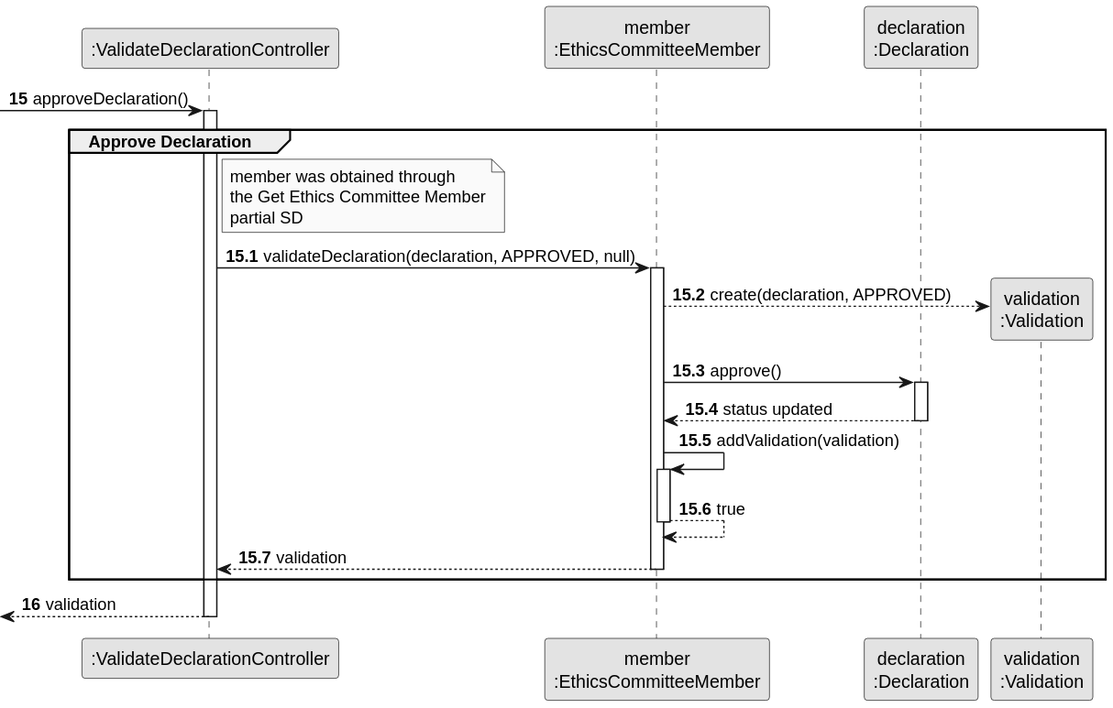
This is docs/system-documentation/US08/03.design/svg/US08-SD-partial-approve-declaration.svg from Departamento-de-Engenharia-Informatica/sem2-pi-25-26-g096-repo, a PlantUML export, as it was before one commit.
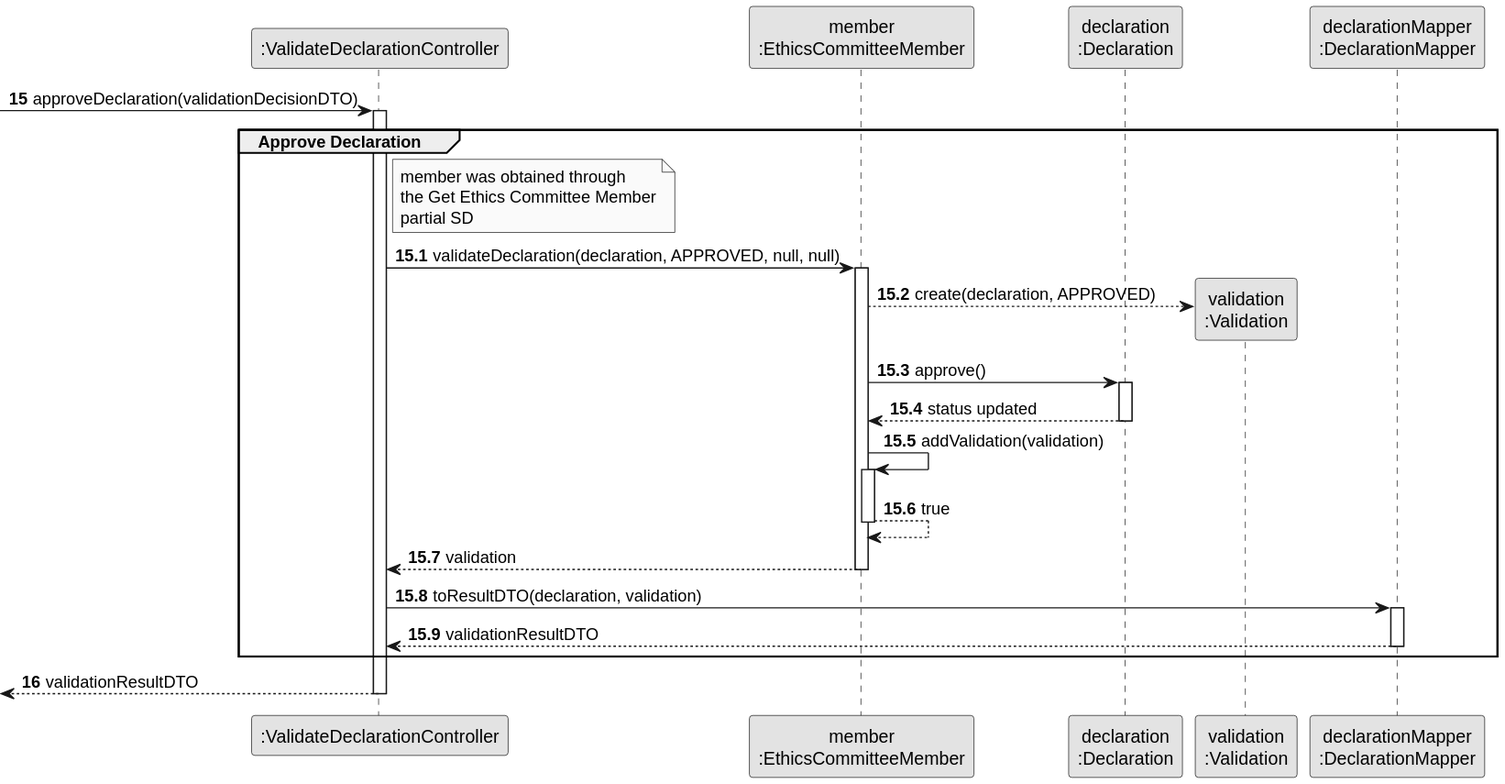
After the commit.

Change to the diagram source:
```diff
@@ -7,9 +7,10 @@
 participant "member\n:EthicsCommitteeMember" as MEMBER
 participant "declaration\n:Declaration" as DECL
 participant "validation\n:Validation" as VALIDATION
+participant "declarationMapper\n:DeclarationMapper" as MAPPER
 
 autonumber 15
--> CTRL : approveDeclaration()
+-> CTRL : approveDeclaration(validationDecisionDTO)
 
 autonumber 15.1
 activate CTRL
@@ -22,7 +23,7 @@
             partial SD
         end note
 
-        CTRL -> MEMBER : validateDeclaration(declaration, APPROVED, null)
+        CTRL -> MEMBER : validateDeclaration(declaration, APPROVED, null, null)
         activate MEMBER
             MEMBER --> VALIDATION** : create(declaration, APPROVED)
 
@@ -39,10 +40,15 @@
             MEMBER --> CTRL : validation
         deactivate MEMBER
 
+        CTRL -> MAPPER : toResultDTO(declaration, validation)
+        activate MAPPER
+            MAPPER --> CTRL : validationResultDTO
+        deactivate MAPPER
+
     end
 
     autonumber 16
-    <-- CTRL : validation
+    <-- CTRL : validationResultDTO
 
 deactivate CTRL
 @enduml
```
